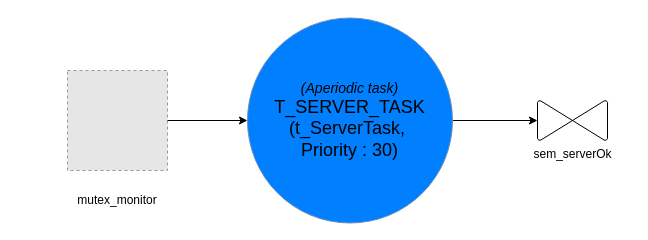
This is perso/conception/T_SERVER_TASK.drawio from NoNo47400/rt_dumber_depo, a draw.io file, before an edit. Source tidied: cells renumbered, new cells numbered last; positions are measured from the earlier drawing's top-left corner, leaving out a move shared by most shapes. Both pictures are drawn from the tidied source at 100%, with x=0, y=0 at pixel (17, 18). Pictures stored in the file or linked from it are replaced by grey dashed boxes.
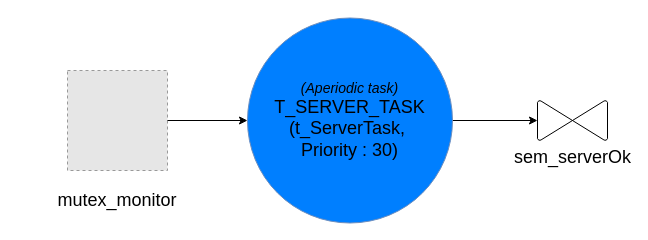
The same page after the edit.

What changed in the source:
```diff
@@
 <mxGraphModel>
   <root>
     <mxCell id="0" />
     <mxCell id="1" parent="0" />
     <mxCell id="2" style="edgeStyle=orthogonalEdgeStyle;rounded=0;jettySize=auto;html=1;" parent="1" edge="1" source="3" target="7">
       <mxGeometry relative="1" as="geometry" />
     </mxCell>
     <mxCell id="3" value="&lt;font&gt;&lt;i&gt;&lt;font style=&quot;font-size: 14px&quot;&gt;(Aperiodic task)&lt;br&gt;&lt;/font&gt;&lt;/i&gt;&lt;font size=&quot;4&quot;&gt;T_SERVER_TASK&lt;/font&gt;&lt;br&gt;&lt;font size=&quot;4&quot;&gt;(t_ServerTask,&amp;nbsp;&lt;/font&gt;&lt;/font&gt;&lt;div&gt;&lt;font&gt;&lt;font size=&quot;4&quot;&gt;Priority : 30)&lt;/font&gt;&lt;br&gt;&lt;/font&gt;&lt;/div&gt;" style="ellipse;whiteSpace=wrap;html=1;fillColor=#007FFF;strokeColor=#6c8ebf;" parent="1" vertex="1">
       <mxGeometry x="230" y="-0.5" width="205" height="205" as="geometry" />
     </mxCell>
     <mxCell id="4" style="group;rotation=0;" parent="1" vertex="1">
       <mxGeometry y="52" width="200" height="140" as="geometry" />
     </mxCell>
     <mxCell id="5" style="fillColor=#E6E6E6;strokeColor=#999999;dashed=1;verticalLabelPosition=bottom;labelBackgroundColor=#ffffff;verticalAlign=top;rotation=0;" parent="4" vertex="1">
       <mxGeometry x="50" width="100" height="100" as="geometry" />
     </mxCell>
-    <mxCell id="6" value="mutex_monitor" style="text;html=1;strokeColor=none;fillColor=none;align=center;verticalAlign=middle;whiteSpace=wrap;rounded=0;rotation=0;" parent="4" vertex="1">
+    <mxCell id="6" value="&lt;font style=&quot;font-size: 18px;&quot;&gt;mutex_monitor&lt;/font&gt;" style="text;html=1;strokeColor=none;fillColor=none;align=center;verticalAlign=middle;whiteSpace=wrap;rounded=0;rotation=0;" parent="4" vertex="1">
       <mxGeometry y="120" width="200" height="20" as="geometry" />
     </mxCell>
-    <mxCell id="7" value="sem_serverOk" style="verticalLabelPosition=bottom;verticalAlign=top;html=1;shape=mxgraph.flowchart.collate;direction=south;rotation=0;" parent="1" vertex="1">
+    <mxCell id="7" value="&lt;font style=&quot;font-size: 18px;&quot;&gt;sem_serverOk&lt;/font&gt;" style="verticalLabelPosition=bottom;verticalAlign=top;html=1;shape=mxgraph.flowchart.collate;direction=south;rotation=0;" parent="1" vertex="1">
       <mxGeometry x="520" y="82" width="70" height="40" as="geometry" />
     </mxCell>
     <mxCell id="8" style="edgeStyle=orthogonalEdgeStyle;rounded=0;jettySize=auto;html=1;" parent="1" edge="1" source="5" target="3">
       <mxGeometry relative="1" as="geometry" />
     </mxCell>
   </root>
 </mxGraphModel>
```
